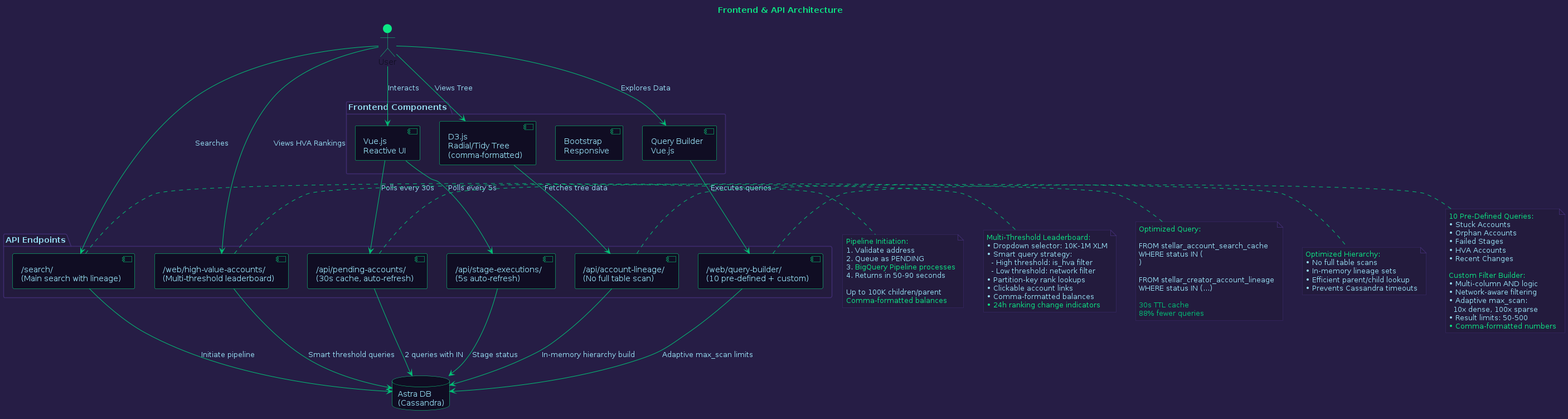
areveur51/StellarMapWeb keeps this PlantUML diagram as diagrams/04_frontend_api.png. Above is the earlier version.
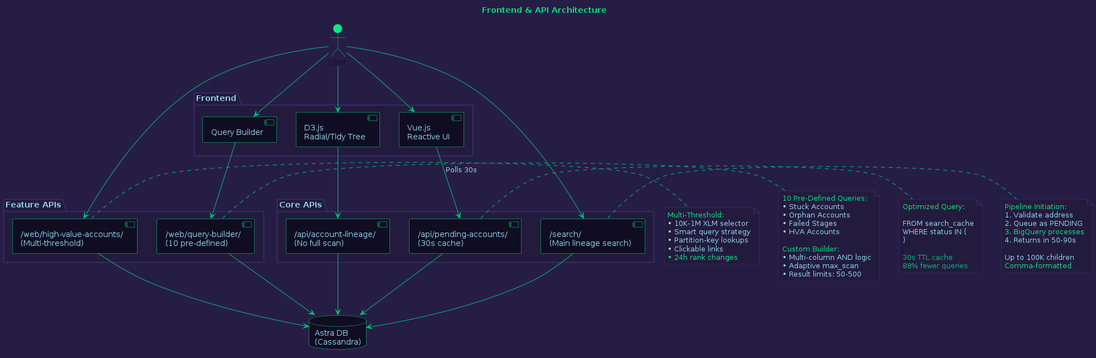
After the commit.

Diff of the diagram source:
```diff
@@ -36,53 +36,51 @@
 
 title <color:#0BE784>Frontend & API Architecture
 
+top to bottom direction
+
 actor User #0BE784
 
-package "Frontend Components" #231B3D {
+package "Frontend" #231B3D {
   component "Vue.js\nReactive UI" as Vue
-  component "D3.js\nRadial/Tidy Tree\n(comma-formatted)" as D3
-  component "Bootstrap\nResponsive" as Bootstrap
-  component "Query Builder\nVue.js" as QueryBuilder
+  component "D3.js\nRadial/Tidy Tree" as D3
+  component "Query Builder" as QueryBuilder
 }
 
-package "API Endpoints" #231B3D {
-  component "/api/pending-accounts/\n(30s cache, auto-refresh)" as PendingAPI
-  component "/api/stage-executions/\n(5s auto-refresh)" as StagesAPI
-  component "/search/\n(Main search with lineage)" as SearchAPI
-  component "/web/high-value-accounts/\n(Multi-threshold leaderboard)" as HVAAPI
-  component "/web/query-builder/\n(10 pre-defined + custom)" as QueryBuilderAPI
-  component "/api/account-lineage/\n(No full table scan)" as LineageAPI
+package "Core APIs" #231B3D {
+  component "/api/pending-accounts/\n(30s cache)" as PendingAPI
+  component "/search/\n(Main lineage search)" as SearchAPI
+  component "/api/account-lineage/\n(No full scan)" as LineageAPI
+}
+
+package "Feature APIs" #231B3D {
+  component "/web/high-value-accounts/\n(Multi-threshold)" as HVAAPI
+  component "/web/query-builder/\n(10 pre-defined)" as QueryBuilderAPI
 }
 
 database "Astra DB\n(Cassandra)" as DB
 
-User -[#01C176]-> Vue : "Interacts"
-User -[#01C176]-> D3 : "Views Tree"
-User -[#01C176]-> QueryBuilder : "Explores Data"
+User -[#01C176]-> Vue
+User -[#01C176]-> D3
+User -[#01C176]-> QueryBuilder
 
-Vue -[#01C176]-> PendingAPI : "Polls every 30s"
-Vue -[#01C176]-> StagesAPI : "Polls every 5s"
-User -[#01C176]-> SearchAPI : "Searches"
-User -[#01C176]-> HVAAPI : "Views HVA Rankings"
-QueryBuilder -[#01C176]-> QueryBuilderAPI : "Executes queries"
-D3 -[#01C176]-> LineageAPI : "Fetches tree data"
+Vue -[#01C176]-> PendingAPI : "Polls 30s"
+User -[#01C176]-> SearchAPI
+D3 -[#01C176]-> LineageAPI
+User -[#01C176]-> HVAAPI
+QueryBuilder -[#01C176]-> QueryBuilderAPI
 
-PendingAPI -[#01C176]-> DB : "2 queries with IN"
-StagesAPI -[#01C176]-> DB : "Stage status"
-SearchAPI -[#01C176]-> DB : "Initiate pipeline"
-HVAAPI -[#01C176]-> DB : "Smart threshold queries"
-QueryBuilderAPI -[#01C176]-> DB : "Adaptive max_scan limits"
-LineageAPI -[#01C176]-> DB : "In-memory hierarchy build"
+PendingAPI -[#01C176]-> DB
+SearchAPI -[#01C176]-> DB
+LineageAPI -[#01C176]-> DB
+HVAAPI -[#01C176]-> DB
+QueryBuilderAPI -[#01C176]-> DB
 
 note right of PendingAPI #231B3D
   <color:#0BE784>Optimized Query:
 
-  <color:#96DDF2>FROM stellar_account_search_cache
+  <color:#96DDF2>FROM search_cache
   WHERE status IN (
   )
-
-  <color:#96DDF2>FROM stellar_creator_account_lineage
-  WHERE status IN (...)
 
   <color:#01C176>30s TTL cache
   <color:#01C176>88% fewer queries
@@ -91,24 +89,21 @@
 note right of SearchAPI #231B3D
   <color:#0BE784>Pipeline Initiation:
   <color:#96DDF2>1. Validate address
-  2. Queue as PENDING
-  3. <color:#0BE784>BigQuery Pipeline processes
-  <color:#96DDF2>4. Returns in 50-90 seconds
+  <color:#96DDF2>2. Queue as PENDING
+  <color:#0BE784>3. BigQuery processes
+  <color:#96DDF2>4. Returns in 50-90s
 
-  <color:#96DDF2>Up to 100K children/parent
-  <color:#0BE784>Comma-formatted balances
+  <color:#96DDF2>Up to 100K children
+  <color:#0BE784>Comma-formatted
 end note
 
 note right of HVAAPI #231B3D
-  <color:#0BE784>Multi-Threshold Leaderboard:
-  <color:#96DDF2>• Dropdown selector: 10K-1M XLM
-  <color:#96DDF2>• Smart query strategy:
-  <color:#96DDF2>  - High threshold: is_hva filter
-  <color:#96DDF2>  - Low threshold: network filter
-  <color:#96DDF2>• Partition-key rank lookups
-  <color:#96DDF2>• Clickable account links
-  <color:#96DDF2>• Comma-formatted balances
-  <color:#0BE784>• 24h ranking change indicators
+  <color:#0BE784>Multi-Threshold:
+  <color:#96DDF2>• 10K-1M XLM selector
+  <color:#96DDF2>• Smart query strategy
+  <color:#96DDF2>• Partition-key lookups
+  <color:#96DDF2>• Clickable links
+  <color:#0BE784>• 24h rank changes
 end note
 
 note right of QueryBuilderAPI #231B3D
@@ -117,23 +112,11 @@
   <color:#96DDF2>• Orphan Accounts
   <color:#96DDF2>• Failed Stages
   <color:#96DDF2>• HVA Accounts
-  <color:#96DDF2>• Recent Changes
 
-  <color:#0BE784>Custom Filter Builder:
+  <color:#0BE784>Custom Builder:
   <color:#96DDF2>• Multi-column AND logic
-  <color:#96DDF2>• Network-aware filtering
-  <color:#96DDF2>• Adaptive max_scan:
-  <color:#96DDF2>  10x dense, 100x sparse
+  <color:#96DDF2>• Adaptive max_scan
   <color:#96DDF2>• Result limits: 50-500
-  <color:#0BE784>• Comma-formatted numbers
-end note
-
-note right of LineageAPI #231B3D
-  <color:#0BE784>Optimized Hierarchy:
-  <color:#96DDF2>• No full table scans
-  <color:#96DDF2>• In-memory lineage sets
-  <color:#96DDF2>• Efficient parent/child lookup
-  <color:#96DDF2>• Prevents Cassandra timeouts
 end note
 
 @enduml
```
